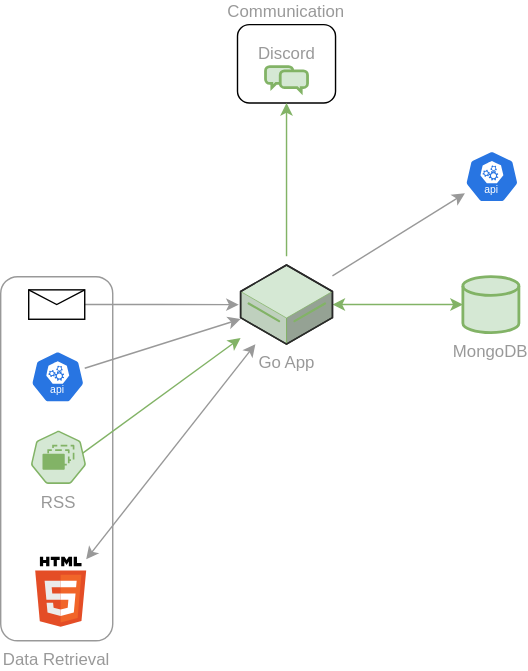
Earlier version of the draw.io export job-search.drawio.svg (treestarsystems/job-funnel). Source tidied: cells renumbered, new cells last; positions are measured from the earlier drawing's top-left corner, leaving out a move shared by most shapes.
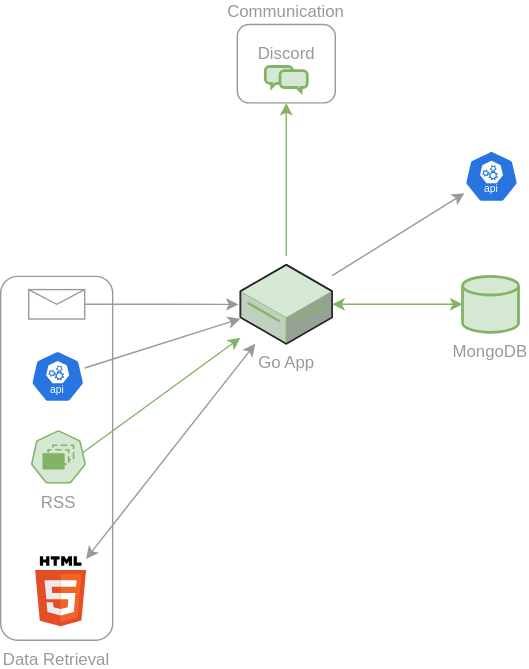
The same file after the commit.

Diff of the diagram source:
```diff
@@ -2,7 +2,7 @@
   <root>
     <mxCell id="0" />
     <mxCell id="1" parent="0" />
-    <mxCell id="2" value="Communication" style="rounded=1;whiteSpace=wrap;html=1;fillColor=none;labelPosition=center;verticalLabelPosition=top;align=center;verticalAlign=bottom;fontColor=#999999;" parent="1" vertex="1">
+    <mxCell id="2" value="Communication" style="rounded=1;whiteSpace=wrap;html=1;fillColor=none;labelPosition=center;verticalLabelPosition=top;align=center;verticalAlign=bottom;fontColor=#999999;strokeColor=#999999;" parent="1" vertex="1">
       <mxGeometry x="169.1" width="70" height="56" as="geometry" />
     </mxCell>
     <mxCell id="3" value="Data Retrieval" style="rounded=1;whiteSpace=wrap;html=1;fillColor=none;labelPosition=center;verticalLabelPosition=bottom;align=center;verticalAlign=top;fontColor=#999999;strokeColor=#999999;" parent="1" vertex="1">
@@ -48,7 +48,7 @@
     <mxCell id="15" style="dashed=0;outlineConnect=0;html=1;align=center;labelPosition=center;verticalLabelPosition=bottom;verticalAlign=top;shape=mxgraph.weblogos.html5;fontColor=#999999;" parent="1" vertex="1">
       <mxGeometry x="24.6" y="380" width="36.4" height="50" as="geometry" />
     </mxCell>
-    <mxCell id="16" style="verticalLabelPosition=bottom;shadow=0;dashed=0;align=center;html=1;verticalAlign=top;strokeWidth=1;shape=mxgraph.mockup.misc.mail2;strokeColor=#000000;fontColor=#999999;" parent="1" vertex="1">
+    <mxCell id="16" style="verticalLabelPosition=bottom;shadow=0;dashed=0;align=center;html=1;verticalAlign=top;strokeWidth=1;shape=mxgraph.mockup.misc.mail2;strokeColor=#999999;fontColor=#999999;" parent="1" vertex="1">
       <mxGeometry x="20" y="189.4" width="40" height="21" as="geometry" />
     </mxCell>
     <mxCell id="17" style="rounded=0;jettySize=auto;html=1;startArrow=classic;startFill=1;endArrow=none;endFill=0;fontColor=#999999;strokeColor=#999999;" parent="1" edge="1" source="18" target="13">
```
